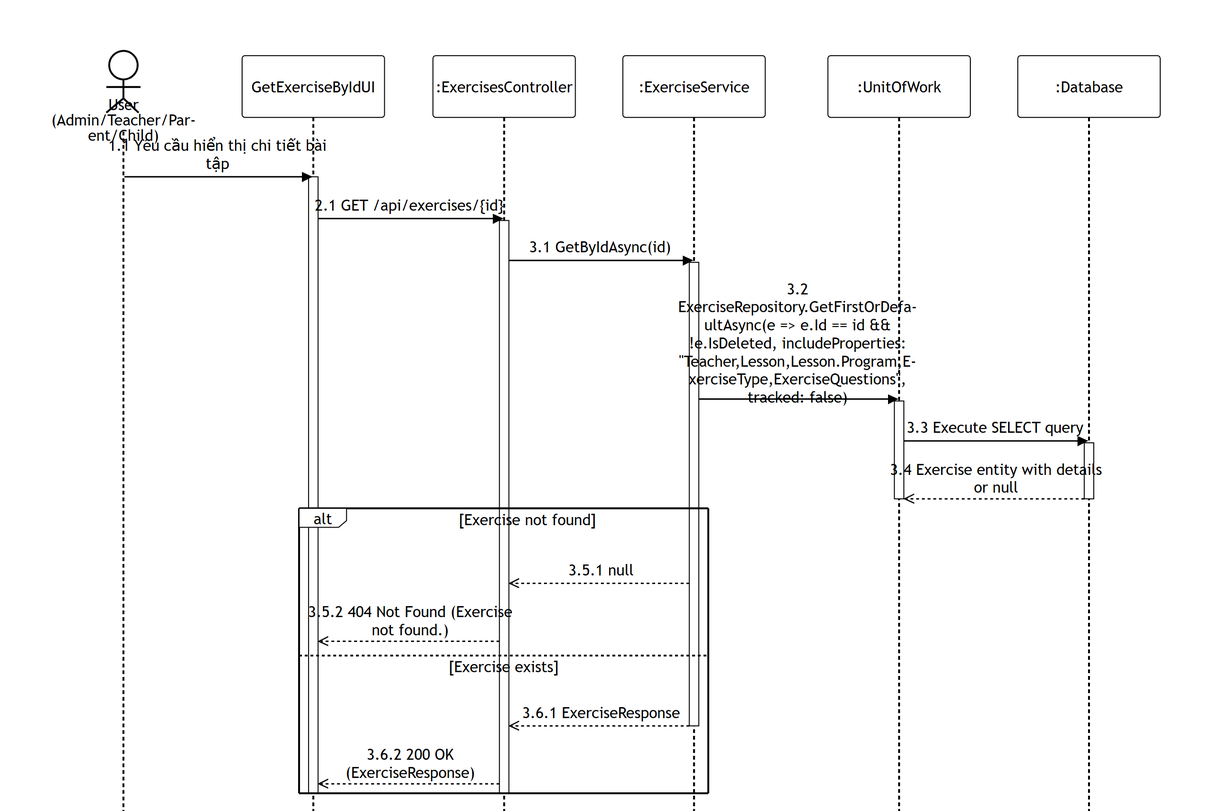
Above: 05-exercise-question-management/images/apis/get-exercise-by-id.png in PhucAnDev/docx-diagram (Mermaid), before the change. Its source is kept beside it as 05-exercise-question-management/sequence-diagram/apis/get-exercise-by-id.mmd.
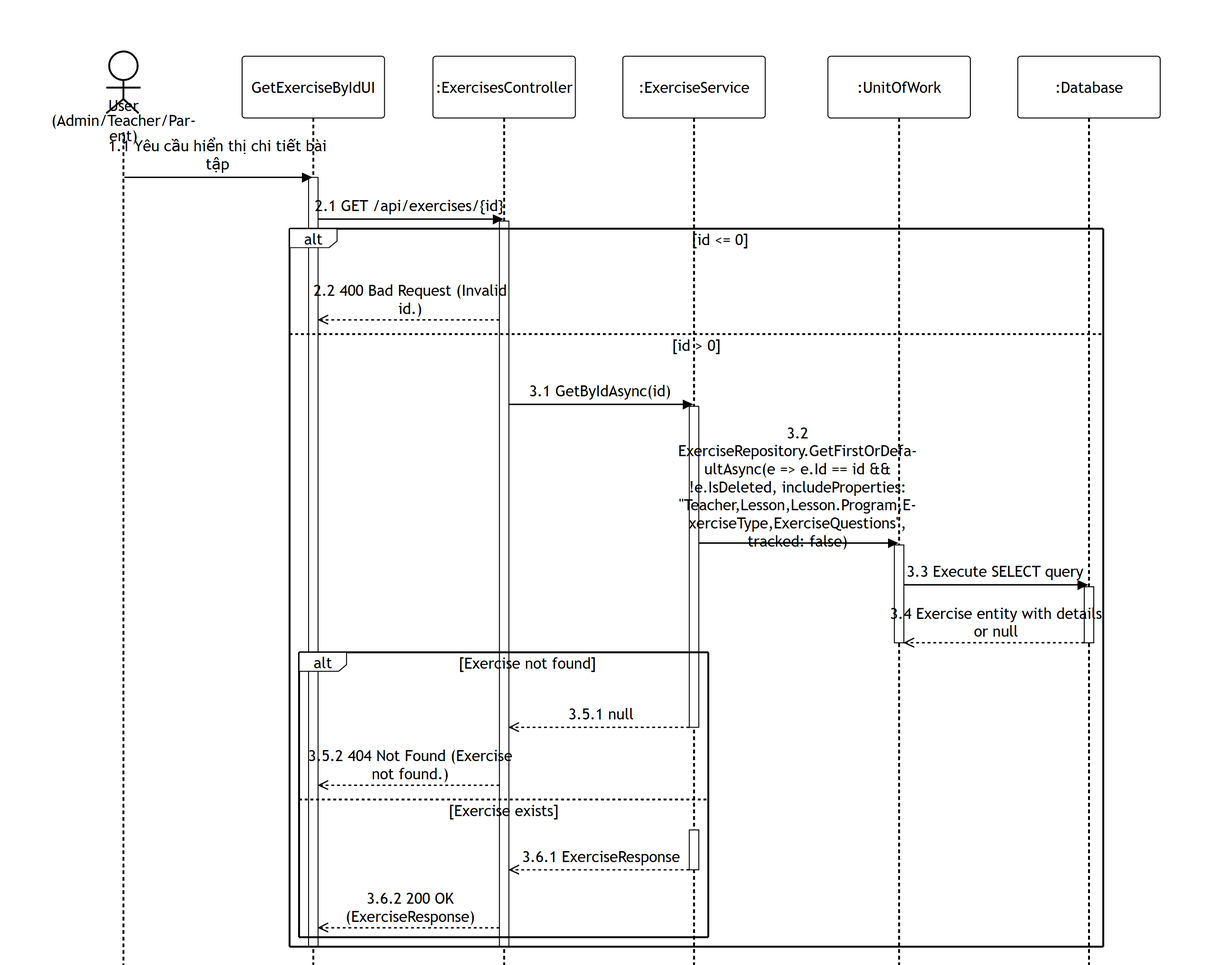
Above is the later version.

The edit, as a diff of the source:
```diff
@@ -1,7 +1,7 @@
 %%{init: {'theme':'base', 'themeVariables': {'actorBkg':'#ffffff','actorBorder':'#000000','actorTextColor':'#000000','actorLineColor':'#000000','signalColor':'#000000','signalTextColor':'#000000','labelBoxBkgColor':'#ffffff','labelBoxBorderColor':'#000000','labelTextColor':'#000000','loopTextColor':'#000000','noteBkgColor':'#ffffff','noteBorderColor':'#000000','noteTextColor':'#000000','activationBorderColor':'#000000','activationBkgColor':'#ffffff','sequenceNumberColor':'#000000'}, 'sequence': {'width':150,'height':65,'actorFontSize':16,'messageFontSize':16,'wrap':true,'wrapPadding':10}}}%%
 sequenceDiagram
     title GET /api/exercises/{id}
-    actor User as User (Admin/Teacher/Parent/Child)
+    actor User as User (Admin/Teacher/Parent)
     participant UI as GetExerciseByIdUI
     participant Endpoint as :ExercisesController
     participant Service as :ExerciseService
@@ -13,24 +13,30 @@
     UI->>Endpoint: 2.1 GET /api/exercises/{id}
     activate Endpoint
 
-    Endpoint->>Service: 3.1 GetByIdAsync(id)
-    activate Service
+    alt id <= 0
+        Endpoint-->>UI: 2.2 400 Bad Request (Invalid id.)
+    else id > 0
+        Endpoint->>Service: 3.1 GetByIdAsync(id)
+        activate Service
 
-    Service->>DB: 3.2 ExerciseRepository.GetFirstOrDefaultAsync(e => e.Id == id && !e.IsDeleted, includeProperties: "Teacher,Lesson,Lesson.Program,ExerciseType,ExerciseQuestions", tracked: false)
-    activate DB
-    DB->>Database: 3.3 Execute SELECT query
-    activate Database
-    Database-->>DB: 3.4 Exercise entity with details or null
-    deactivate Database
-    deactivate DB
+        Service->>DB: 3.2 ExerciseRepository.GetFirstOrDefaultAsync(e => e.Id == id && !e.IsDeleted, includeProperties: "Teacher,Lesson,Lesson.Program,ExerciseType,ExerciseQuestions", tracked: false)
+        activate DB
+        DB->>Database: 3.3 Execute SELECT query
+        activate Database
+        Database-->>DB: 3.4 Exercise entity with details or null
+        deactivate Database
+        deactivate DB
 
-    alt Exercise not found
-        Service-->>Endpoint: 3.5.1 null
-        Endpoint-->>UI: 3.5.2 404 Not Found (Exercise not found.)
-    else Exercise exists
-        Service-->>Endpoint: 3.6.1 ExerciseResponse
-        deactivate Service
-        Endpoint-->>UI: 3.6.2 200 OK (ExerciseResponse)
+        alt Exercise not found
+            Service-->>Endpoint: 3.5.1 null
+            deactivate Service
+            Endpoint-->>UI: 3.5.2 404 Not Found (Exercise not found.)
+        else Exercise exists
+            activate Service
+            Service-->>Endpoint: 3.6.1 ExerciseResponse
+            deactivate Service
+            Endpoint-->>UI: 3.6.2 200 OK (ExerciseResponse)
+        end
     end
     deactivate Endpoint
     deactivate UI
```
